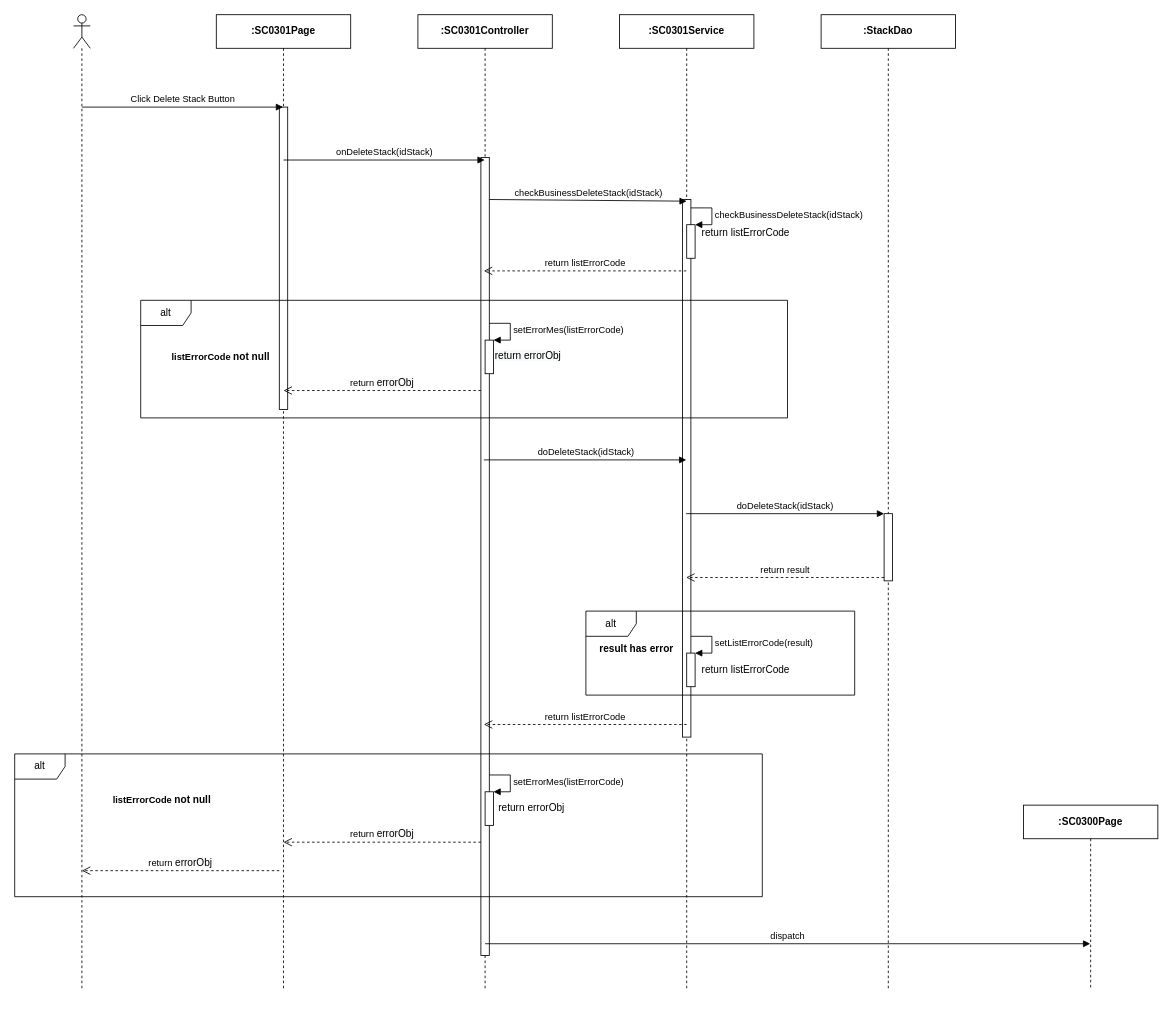
This is page "Ev04" (4 of 10) of Users/LuanNM/SEQ Diagram Review/sc03/SC0301_StackDetail.drawio from luannmdev/CapstoneDocument, a draw.io file, before an edit. Source tidied: cells renumbered, new cells numbered last; positions are measured from the earlier drawing's top-left corner, leaving out a move shared by most shapes. Both pictures are drawn from the tidied source at 84%, with x=0, y=0 at pixel (14, 14).
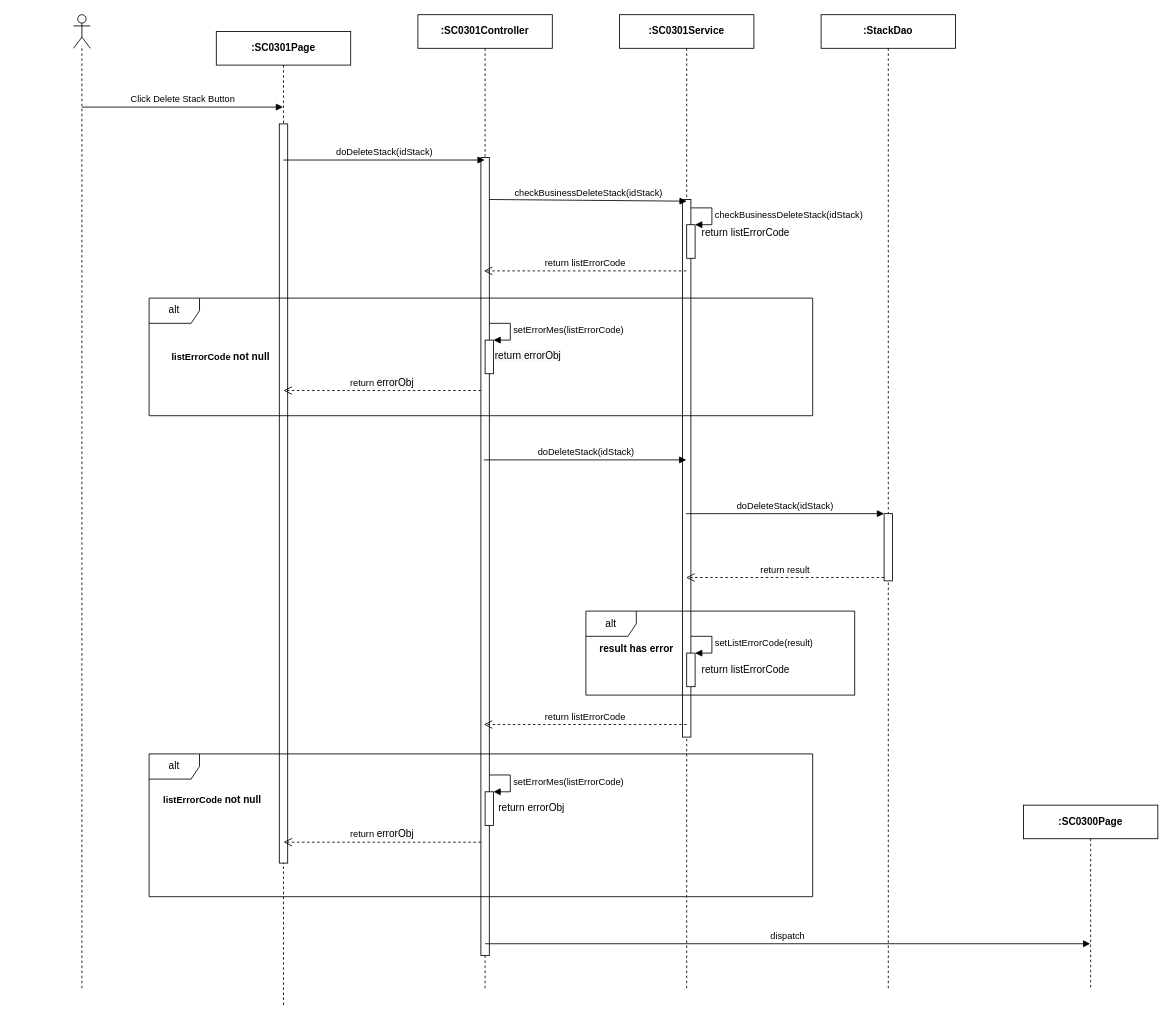
The same page after the edit.

Diff of the diagram source:
```diff
@@
     <mxCell id="3" value="&lt;b&gt;:SC0301Page&lt;/b&gt;" style="shape=umlLifeline;perimeter=lifelinePerimeter;whiteSpace=wrap;html=1;outlineConnect=0;" parent="1" vertex="1">
-      <mxGeometry x="240" width="160" height="1160" as="geometry" />
+      <mxGeometry x="240" y="20" width="160" height="1160" as="geometry" />
     </mxCell>
     <mxCell id="4" style="html=1;perimeter=orthogonalPerimeter;" parent="3" vertex="1">
-      <mxGeometry x="75" y="110" width="10" height="360" as="geometry" />
+      <mxGeometry x="75" y="110" width="10" height="880" as="geometry" />
     </mxCell>
@@
-    <mxCell id="11" value="onDeleteStack(idStack)" style="html=1;verticalAlign=bottom;endArrow=block;" parent="1" edge="1">
+    <mxCell id="11" value="doDeleteStack(idStack)" style="html=1;verticalAlign=bottom;endArrow=block;" parent="1" edge="1">
       <mxGeometry relative="1" as="geometry">
         <mxPoint x="320" y="173" as="sourcePoint" />
         <mxPoint x="559.5" y="173" as="targetPoint" />
       </mxGeometry>
     </mxCell>
@@
     <mxCell id="14" value="alt" style="shape=umlFrame;whiteSpace=wrap;html=1;" parent="1" vertex="1">
-      <mxGeometry x="150" y="340" width="770" height="140" as="geometry" />
+      <mxGeometry x="160" y="337.4" width="790" height="140" as="geometry" />
     </mxCell>
@@
     <mxCell id="29" value="alt" style="shape=umlFrame;whiteSpace=wrap;html=1;" parent="1" vertex="1">
-      <mxGeometry y="880" width="890" height="170" as="geometry" />
+      <mxGeometry x="160" y="880" width="790" height="170" as="geometry" />
     </mxCell>
@@
     <mxCell id="39" value="&lt;b&gt;&lt;span style=&quot;font-size: 11px ; background-color: rgb(255 , 255 , 255)&quot;&gt;listErrorCode&amp;nbsp;&lt;/span&gt;not null&lt;/b&gt;" style="text;html=1;align=center;verticalAlign=middle;" parent="1" vertex="1">
-      <mxGeometry x="110" y="925.1" width="130" height="20" as="geometry" />
+      <mxGeometry x="170" y="925.1" width="130" height="20" as="geometry" />
     </mxCell>
@@
-    <mxCell id="41" value="return&amp;nbsp;&lt;span style=&quot;font-size: 12px ; background-color: rgb(248 , 249 , 250)&quot;&gt;errorObj&lt;/span&gt;" style="html=1;verticalAlign=bottom;endArrow=open;dashed=1;endSize=8;" parent="1" edge="1">
-      <mxGeometry relative="1" as="geometry">
-        <mxPoint x="315" y="1019" as="sourcePoint" />
-        <mxPoint x="80" y="1019" as="targetPoint" />
-      </mxGeometry>
-    </mxCell>
```
